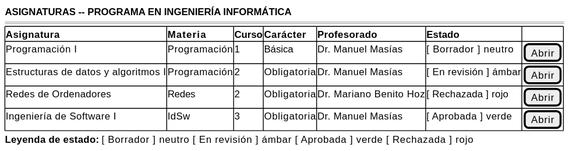
Earlier version of the PlantUML export images/RUP/01-requisitos/03-detalle-casos-uso/abrirAsignaturasPrograma/wireframe.svg (mmasias/pyCeldaPublico). Source of this version:
```plantuml
@startsalt abrirAsignaturasPrograma-wireframe
{
    <b>ASIGNATURAS -- PROGRAMA EN INGENIERÍA INFORMÁTICA</b>
    ====
    {#
    <b>Asignatura                          | <b>Materia    | <b>Curso  | <b>Carácter | <b>Profesorado      |<b>Estado| .
    Programación I                         | Programación  | 1         | Básica | Dr. Manuel Masías        |[ Borrador ] neutro| [Abrir]
    Estructuras de datos y algoritmos I    | Programación  | 2         | Obligatoria | Dr. Manuel Masías   |[ En revisión ] ámbar| [Abrir]
    Redes de Ordenadores                   | Redes         | 2         | Obligatoria | Dr. Mariano Benito Hoz |[ Rechazada ] rojo| [Abrir]
    Ingeniería de Software I               | IdSw          | 3         | Obligatoria | Dr. Manuel Masías   |[ Aprobada ] verde| [Abrir]

    }
    <b>Leyenda de estado:</b> [ Borrador ] neutro   [ En revisión ] ámbar   [ Aprobada ] verde   [ Rechazada ] rojo
}
@endsalt
```
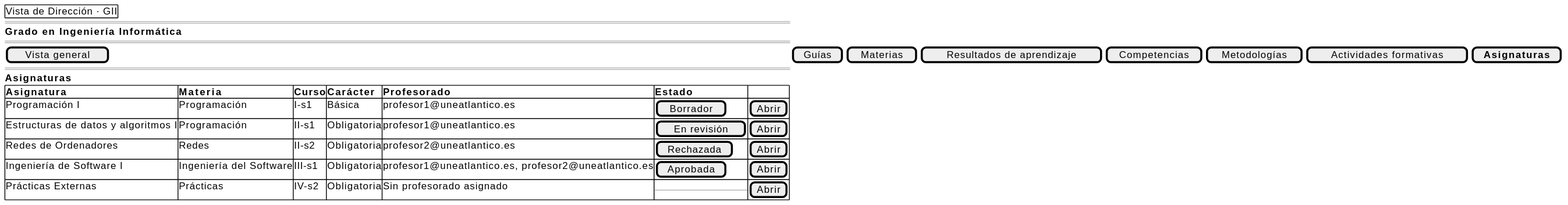
After the change.

Diff of the diagram source:
```diff
@@ -1,15 +1,19 @@
 @startsalt abrirAsignaturasPrograma-wireframe
 {
-    <b>ASIGNATURAS -- PROGRAMA EN INGENIERÍA INFORMÁTICA</b>
+    {+ Vista de Dirección · GII }
     ====
+    <b>Grado en Ingeniería Informática</b>
+    ====
+    [ Vista general ] | [ Guías ] | [ Materias ] | [ Resultados de aprendizaje ] | [ Competencias ] | [ Metodologías ] | [ Actividades formativas ] | [ <b>Asignaturas</b> ]
+    ====
+    <b>Asignaturas</b>
     {#
     <b>Asignatura                          | <b>Materia    | <b>Curso  | <b>Carácter | <b>Profesorado      |<b>Estado| .
-    Programación I                         | Programación  | 1         | Básica | Dr. Manuel Masías        |[ Borrador ] neutro| [Abrir]
-    Estructuras de datos y algoritmos I    | Programación  | 2         | Obligatoria | Dr. Manuel Masías   |[ En revisión ] ámbar| [Abrir]
-    Redes de Ordenadores                   | Redes         | 2         | Obligatoria | Dr. Mariano Benito Hoz |[ Rechazada ] rojo| [Abrir]
-    Ingeniería de Software I               | IdSw          | 3         | Obligatoria | Dr. Manuel Masías   |[ Aprobada ] verde| [Abrir]
-
+    Programación I                         | Programación  | I-s1      | Básica | profesor1@uneatlantico.es        |[ Borrador ]| [Abrir]
+    Estructuras de datos y algoritmos I    | Programación  | II-s1     | Obligatoria | profesor1@uneatlantico.es   |[ En revisión ]| [Abrir]
+    Redes de Ordenadores                   | Redes         | II-s2     | Obligatoria | profesor2@uneatlantico.es |[ Rechazada ]| [Abrir]
+    Ingeniería de Software I               | Ingeniería del Software | III-s1 | Obligatoria | profesor1@uneatlantico.es, profesor2@uneatlantico.es |[ Aprobada ]| [Abrir]
+    Prácticas Externas                     | Prácticas     | IV-s2     | Obligatoria | Sin profesorado asignado | -- | [Abrir]
     }
-    <b>Leyenda de estado:</b> [ Borrador ] neutro   [ En revisión ] ámbar   [ Aprobada ] verde   [ Rechazada ] rojo
 }
 @endsalt
```
